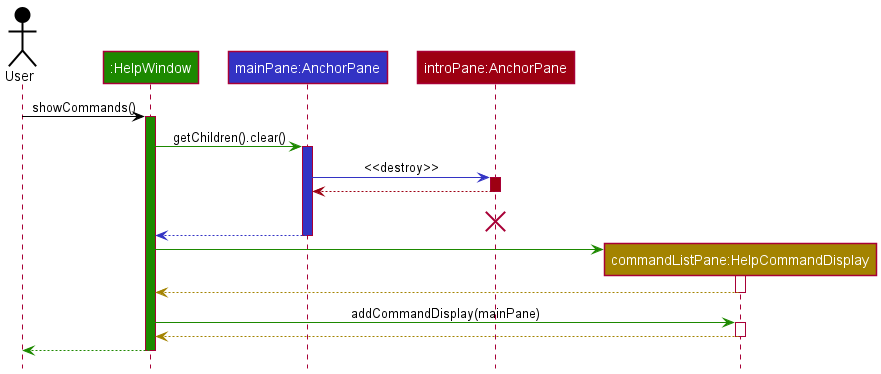
The PlantUML diagram docs/images/HelpWindowSequence0.png in zixin448/tp, before a commit. The source it was exported from:
```plantuml
@startuml
!include style.puml

Actor User as user USER_COLOR
Participant ":HelpWindow" as helpWindow HELPWINDOW_COLOR
Participant "mainPane:AnchorPane" as logic LOGIC_COLOR
Participant "introPane:AnchorPane" as model MODEL_COLOR
Participant "commandListPane:HelpCommandDisplay" as storage STORAGE_COLOR

user -[USER_COLOR]> helpWindow : showCommands()
activate helpWindow HELPWINDOW_COLOR


helpWindow -[HELPWINDOW_COLOR]> logic : getChildren().clear()
activate logic LOGIC_COLOR

logic -[LOGIC_COLOR]> model : <<destroy>>
activate model MODEL_COLOR

model -[MODEL_COLOR]-> logic
deactivate model
model -[hidden]-> logic : result
destroy model

logic --[LOGIC_COLOR]> helpWindow
deactivate logic

create storage
helpWindow -[HELPWINDOW_COLOR]> storage
activate storage
storage --[STORAGE_COLOR]> helpWindow
deactivate storage

helpWindow -[HELPWINDOW_COLOR]> storage : addCommandDisplay(mainPane)
activate storage
storage --[STORAGE_COLOR]> helpWindow
deactivate storage






helpWindow--[HELPWINDOW_COLOR]> user
deactivate helpWindow
@enduml
```
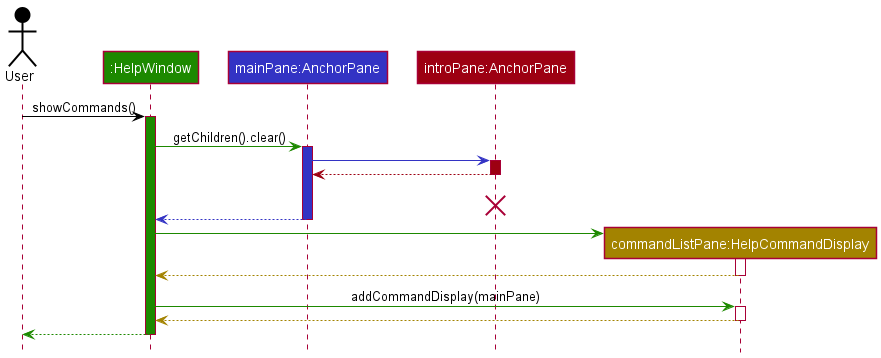
After the commit.

What changed in the source:
```diff
@@ -14,7 +14,7 @@
 helpWindow -[HELPWINDOW_COLOR]> logic : getChildren().clear()
 activate logic LOGIC_COLOR
 
-logic -[LOGIC_COLOR]> model : <<destroy>>
+logic -[LOGIC_COLOR]> model :
 activate model MODEL_COLOR
 
 model -[MODEL_COLOR]-> logic
```
